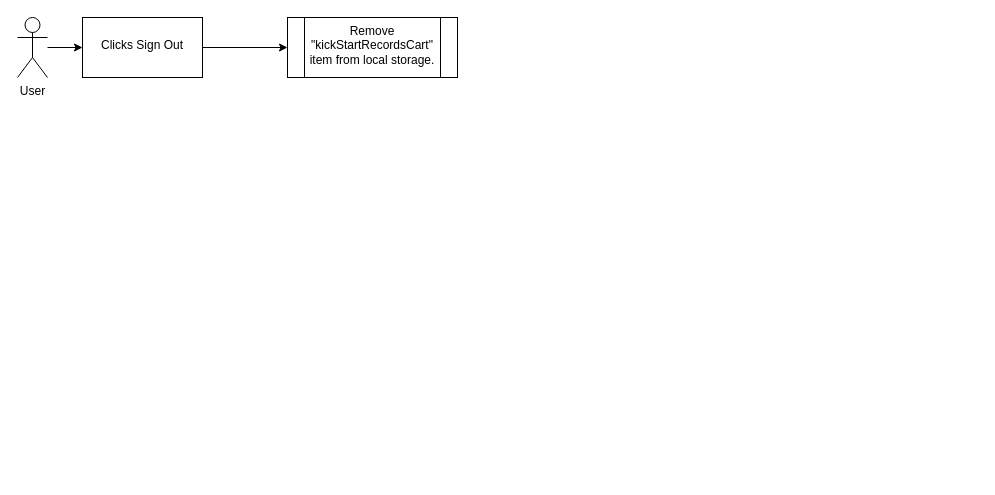
Earlier version of the draw.io diagram KSR_UserSignOut.drawio (j3fflan3/kick-start-records-store). Source tidied: cells renumbered, new cells numbered last; positions are measured from the earlier drawing's top-left corner, leaving out a move shared by most shapes. Both pictures are drawn from the tidied source at 100%, with x=0, y=0 at pixel (17, 17).
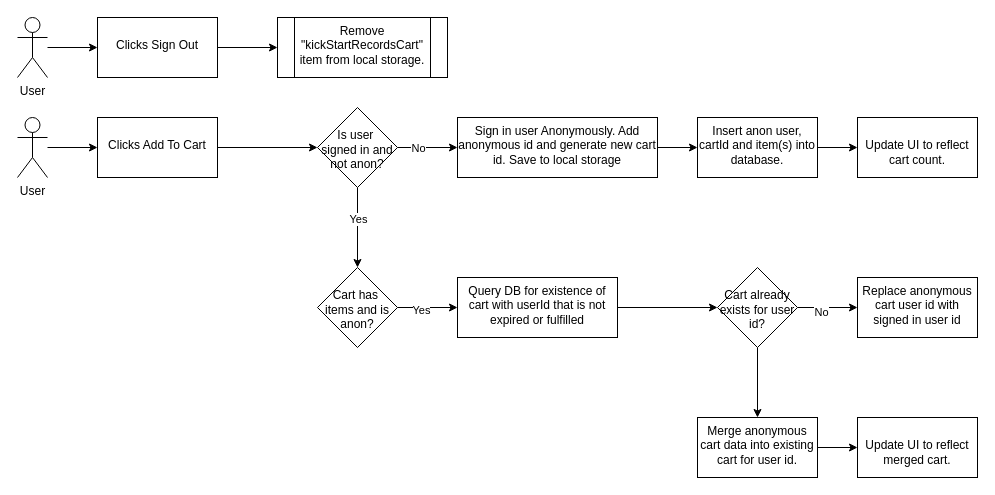
The same page after the edit.

Commit message:
Adding add to cart flows KSR_UserSignOut.drawio

What changed in the source:
```diff
@@
     <mxCell id="5" value="&lt;div&gt;&lt;br&gt;&lt;/div&gt;&lt;div&gt;Clicks Sign Out&lt;/div&gt;" style="whiteSpace=wrap;html=1;verticalAlign=top;" parent="1" vertex="1">
-      <mxGeometry x="65" width="120" height="60" as="geometry" />
+      <mxGeometry x="80" width="120" height="60" as="geometry" />
     </mxCell>
     <mxCell id="6" value="&lt;div&gt;Remove &quot;kickStartRecordsCart&quot; item from local storage.&lt;br&gt;&lt;/div&gt;" style="shape=process;whiteSpace=wrap;html=1;backgroundOutline=1;verticalAlign=top;" parent="1" vertex="1">
-      <mxGeometry x="270" width="170" height="60" as="geometry" />
+      <mxGeometry x="260" width="170" height="60" as="geometry" />
     </mxCell>
+    <mxCell id="7" style="edgeStyle=orthogonalEdgeStyle;rounded=0;jettySize=auto;html=1;" parent="1" edge="1" source="8" target="10">
+      <mxGeometry relative="1" as="geometry" />
+    </mxCell>
+    <mxCell id="8" value="User" style="shape=umlActor;verticalLabelPosition=bottom;verticalAlign=top;html=1;outlineConnect=0;" parent="1" vertex="1">
+      <mxGeometry y="100" width="30" height="60" as="geometry" />
+    </mxCell>
+    <mxCell id="9" style="edgeStyle=orthogonalEdgeStyle;rounded=0;jettySize=auto;html=1;" parent="1" edge="1" source="10" target="15">
+      <mxGeometry relative="1" as="geometry" />
+    </mxCell>
+    <mxCell id="10" value="&lt;div&gt;&lt;br&gt;&lt;/div&gt;&lt;div&gt;Clicks Add To Cart&lt;br&gt;&lt;/div&gt;" style="whiteSpace=wrap;html=1;verticalAlign=top;" parent="1" vertex="1">
+      <mxGeometry x="80" y="100" width="120" height="60" as="geometry" />
+    </mxCell>
+    <mxCell id="11" style="edgeStyle=orthogonalEdgeStyle;rounded=0;jettySize=auto;html=1;" parent="1" edge="1" source="15" target="17">
+      <mxGeometry relative="1" as="geometry" />
+    </mxCell>
+    <mxCell id="12" value="No" style="edgeLabel;html=1;align=center;verticalAlign=middle;" parent="11" vertex="1">
+      <mxGeometry x="0.23" relative="1" as="geometry">
+        <mxPoint x="-17" as="offset" />
+      </mxGeometry>
+    </mxCell>
+    <mxCell id="13" style="edgeStyle=orthogonalEdgeStyle;rounded=0;jettySize=auto;html=1;" parent="1" edge="1" source="15" target="20">
+      <mxGeometry relative="1" as="geometry" />
+    </mxCell>
+    <mxCell id="14" value="Yes" style="edgeLabel;html=1;align=center;verticalAlign=middle;" parent="13" vertex="1">
+      <mxGeometry x="-0.23" relative="1" as="geometry" />
+    </mxCell>
+    <mxCell id="15" value="&lt;div&gt;&lt;br&gt;&lt;/div&gt;&lt;div&gt;Is user&amp;nbsp;&lt;br&gt;&lt;/div&gt;&lt;div&gt;signed in and not anon?&lt;br&gt;&lt;/div&gt;" style="rhombus;whiteSpace=wrap;html=1;verticalAlign=top;" parent="1" vertex="1">
+      <mxGeometry x="300" y="90" width="80" height="80" as="geometry" />
+    </mxCell>
+    <mxCell id="16" style="edgeStyle=orthogonalEdgeStyle;rounded=0;jettySize=auto;html=1;" parent="1" edge="1" source="17" target="24">
+      <mxGeometry relative="1" as="geometry" />
+    </mxCell>
+    <mxCell id="17" value="Sign in user Anonymously. Add anonymous id and generate new cart id. Save to local storage" style="whiteSpace=wrap;html=1;verticalAlign=top;" parent="1" vertex="1">
+      <mxGeometry x="440" y="100" width="200" height="60" as="geometry" />
+    </mxCell>
+    <mxCell id="18" style="edgeStyle=orthogonalEdgeStyle;rounded=0;jettySize=auto;html=1;" parent="1" edge="1" source="20" target="22">
+      <mxGeometry relative="1" as="geometry" />
+    </mxCell>
+    <mxCell id="19" value="Yes" style="edgeLabel;html=1;align=center;verticalAlign=middle;" parent="18" vertex="1">
+      <mxGeometry x="-0.23" y="-2" relative="1" as="geometry" />
+    </mxCell>
+    <mxCell id="20" value="&lt;div&gt;&lt;br&gt;&lt;/div&gt;Cart has&amp;nbsp;&lt;div&gt;items and is anon?&lt;/div&gt;" style="rhombus;whiteSpace=wrap;html=1;verticalAlign=top;" parent="1" vertex="1">
+      <mxGeometry x="300" y="250" width="80" height="80" as="geometry" />
+    </mxCell>
+    <mxCell id="21" style="edgeStyle=orthogonalEdgeStyle;rounded=0;jettySize=auto;html=1;" parent="1" edge="1" source="22" target="29">
+      <mxGeometry relative="1" as="geometry" />
+    </mxCell>
+    <mxCell id="22" value="Query DB for existence of cart with userId that is not expired or fulfilled" style="whiteSpace=wrap;html=1;verticalAlign=top;" parent="1" vertex="1">
+      <mxGeometry x="440" y="260" width="160" height="60" as="geometry" />
+    </mxCell>
+    <mxCell id="23" style="edgeStyle=orthogonalEdgeStyle;rounded=0;jettySize=auto;html=1;" parent="1" edge="1" source="24" target="25">
+      <mxGeometry relative="1" as="geometry" />
+    </mxCell>
+    <mxCell id="24" value="Insert anon user, cartId and item(s) into database." style="whiteSpace=wrap;html=1;verticalAlign=top;" parent="1" vertex="1">
+      <mxGeometry x="680" y="100" width="120" height="60" as="geometry" />
+    </mxCell>
+    <mxCell id="25" value="&lt;div&gt;&lt;br&gt;&lt;/div&gt;Update UI to reflect cart count." style="whiteSpace=wrap;html=1;verticalAlign=top;" parent="1" vertex="1">
+      <mxGeometry x="840" y="100" width="120" height="60" as="geometry" />
+    </mxCell>
+    <mxCell id="26" style="edgeStyle=orthogonalEdgeStyle;rounded=0;jettySize=auto;html=1;" parent="1" edge="1" source="29" target="30">
+      <mxGeometry relative="1" as="geometry" />
+    </mxCell>
+    <mxCell id="27" value="No" style="edgeLabel;html=1;align=center;verticalAlign=middle;" parent="26" vertex="1">
+      <mxGeometry x="-0.23" y="-4" relative="1" as="geometry" />
+    </mxCell>
+    <mxCell id="28" style="edgeStyle=orthogonalEdgeStyle;rounded=0;jettySize=auto;html=1;" parent="1" edge="1" source="29" target="32">
+      <mxGeometry relative="1" as="geometry" />
+    </mxCell>
+    <mxCell id="29" value="&lt;div&gt;&lt;br&gt;&lt;/div&gt;&lt;div&gt;Cart already exists for user id?&lt;/div&gt;" style="rhombus;whiteSpace=wrap;html=1;verticalAlign=top;" parent="1" vertex="1">
+      <mxGeometry x="700" y="250" width="80" height="80" as="geometry" />
+    </mxCell>
+    <mxCell id="30" value="&lt;div&gt;Replace anonymous cart user id with signed in user id&lt;/div&gt;" style="whiteSpace=wrap;html=1;verticalAlign=top;" parent="1" vertex="1">
+      <mxGeometry x="840" y="260" width="120" height="60" as="geometry" />
+    </mxCell>
+    <mxCell id="31" style="edgeStyle=orthogonalEdgeStyle;rounded=0;jettySize=auto;html=1;" parent="1" edge="1" source="32" target="33">
+      <mxGeometry relative="1" as="geometry" />
+    </mxCell>
+    <mxCell id="32" value="Merge anonymous cart data into existing cart for user id." style="whiteSpace=wrap;html=1;verticalAlign=top;" parent="1" vertex="1">
+      <mxGeometry x="680" y="400" width="120" height="60" as="geometry" />
+    </mxCell>
+    <mxCell id="33" value="&lt;div&gt;&lt;br&gt;&lt;/div&gt;Update UI to reflect merged cart." style="whiteSpace=wrap;html=1;verticalAlign=top;" parent="1" vertex="1">
+      <mxGeometry x="840" y="400" width="120" height="60" as="geometry" />
+    </mxCell>
```
